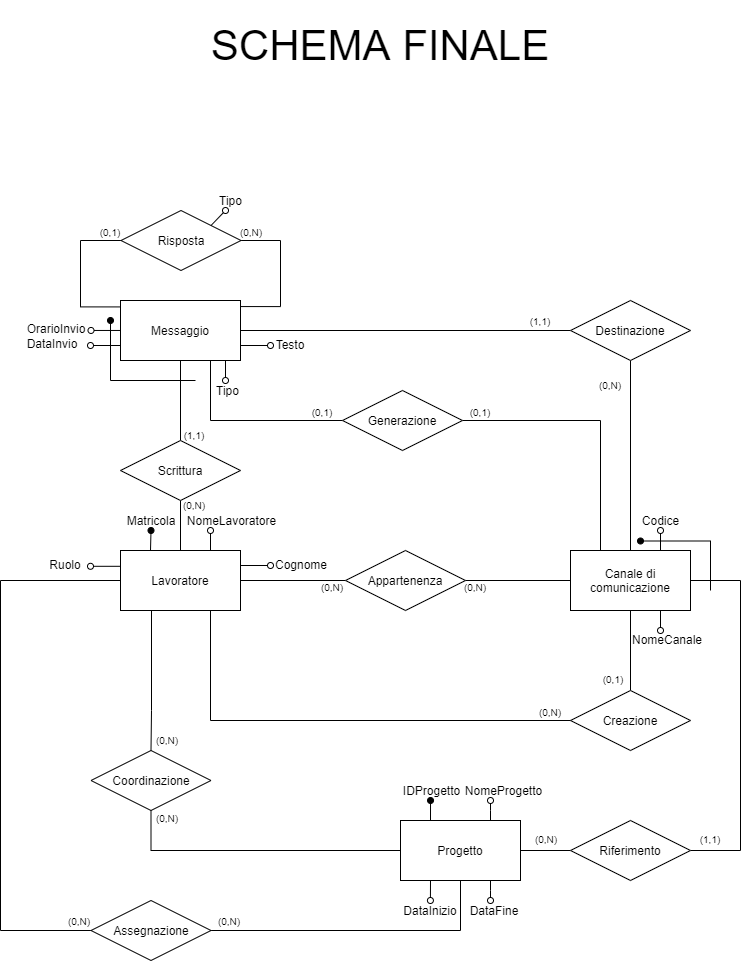
This is Relazione/Schema ER/ristrutturato-schema-finale.png from martafra/BD-Chat-Multicanale, a draw.io export, as it was before one commit. Source tidied: cells renumbered, new cells last; positions are measured from the earlier drawing's top-left corner, leaving out a move shared by most shapes.
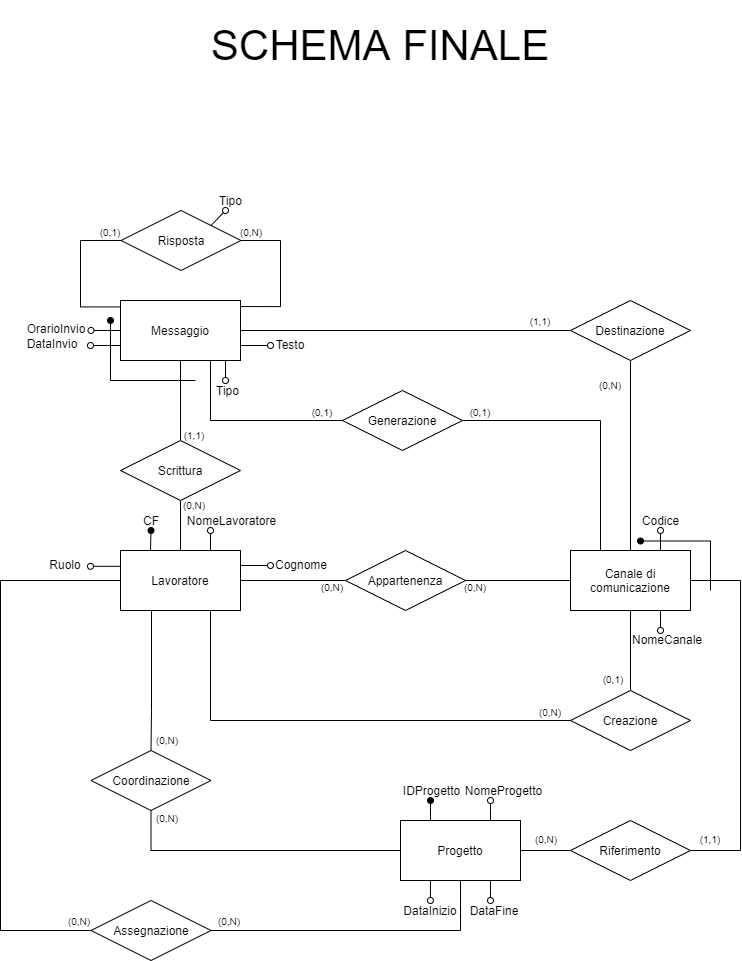
The same diagram one commit later.

What changed in the source:
```diff
@@ -163,7 +163,7 @@
         <mxPoint x="270" y="565" as="targetPoint" />
       </mxGeometry>
     </mxCell>
-    <mxCell id="41" value="Matricola" style="text;html=1;strokeColor=none;fillColor=none;align=center;verticalAlign=middle;whiteSpace=wrap;rounded=0;" parent="1" vertex="1">
+    <mxCell id="41" value="CF" style="text;html=1;strokeColor=none;fillColor=none;align=center;verticalAlign=middle;whiteSpace=wrap;rounded=0;" parent="1" vertex="1">
       <mxGeometry x="130.5" y="510" width="40" height="20" as="geometry" />
     </mxCell>
     <mxCell id="42" value="NomeLavoratore" style="text;html=1;strokeColor=none;fillColor=none;align=center;verticalAlign=middle;whiteSpace=wrap;rounded=0;" parent="1" vertex="1">
```
